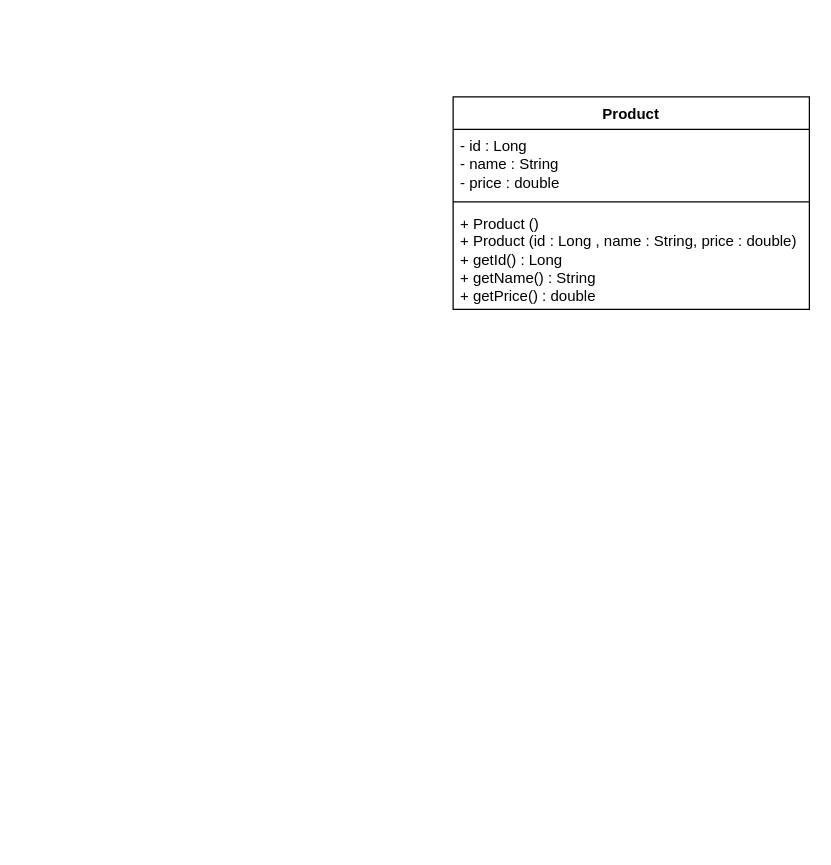
dasunmihiranga/product-api keeps this draw.io diagram as docs/uml/Product/product.drawio. Above is the earlier version. Source tidied: cells renumbered, new cells numbered last; positions are measured from the earlier drawing's top-left corner, leaving out a move shared by most shapes. Both pictures are drawn from the tidied source at 125%, with x=0, y=0 at pixel (452, 96).
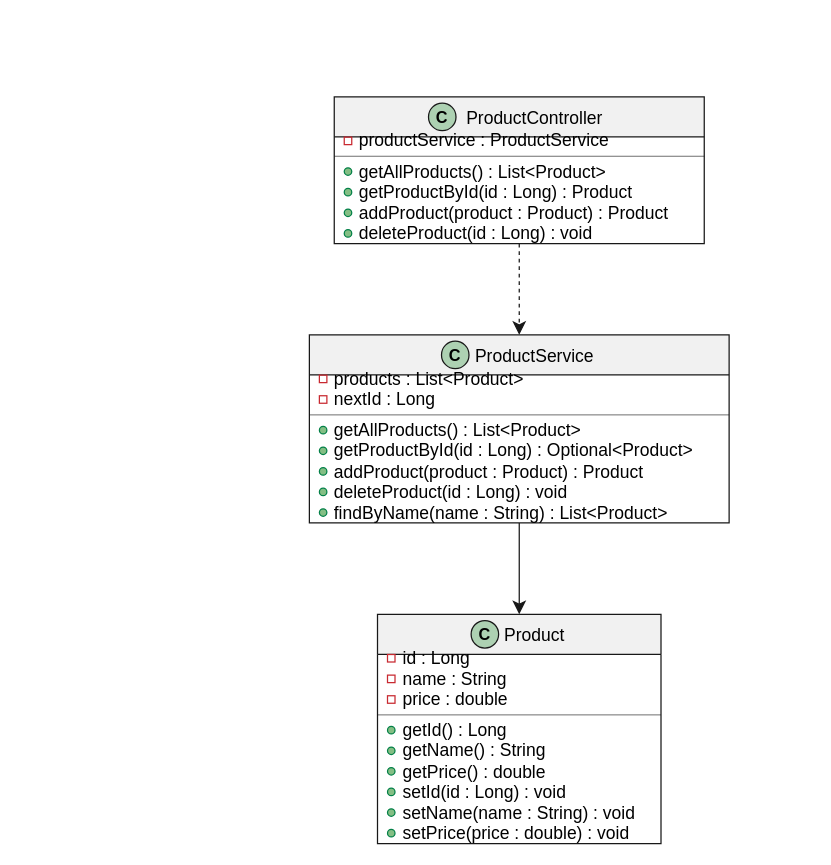
After the change.

Commit message (it also covers changes not shown here):
Tutorial 3: ProductService with List - four CRUD endpoints working

Diff of the diagram source:
```diff
@@
+    <mxCell id="6" style="group;transparentBounds=1;editIcon=1;lockedGroup=0;groupPadding=10;" parent="1" vertex="1">
+      <mxGeometry x="-345" y="-60" as="geometry" />
+    </mxCell>
-    <mxCell id="2" value="Product" style="swimlane;fontStyle=1;align=center;verticalAlign=top;horizontal=1;startSize=26;whiteSpace=wrap;html=1;" parent="1" vertex="1">
-      <mxGeometry width="285" height="170" as="geometry" />
+    <mxCell id="2" value="Product" style="swimlane;fontStyle=0;align=center;fontSize=14;fontColor=#000000;startSize=32;spacingLeft=25;fillColor=#F1F1F1;strokeColor=#181818;horizontal=1;" parent="6" vertex="1">
+      <mxGeometry x="284.5" y="473.9" width="226.8" height="183.4" as="geometry" />
     </mxCell>
-    <mxCell id="3" value="- id : Long&lt;div&gt;- name : String&lt;/div&gt;&lt;div&gt;- price : double&amp;nbsp;&lt;/div&gt;" style="text;strokeColor=none;fillColor=none;align=left;verticalAlign=top;spacingLeft=4;spacingRight=4;overflow=hidden;whiteSpace=wrap;html=1;" parent="2" vertex="1">
-      <mxGeometry y="26" width="285" height="54" as="geometry" />
-    </mxCell>
-    <mxCell id="4" style="line;strokeWidth=1;fillColor=none;align=left;verticalAlign=middle;spacingTop=-1;spacingLeft=3;spacingRight=3;labelPosition=right;strokeColor=inherit;" parent="2" vertex="1">
-      <mxGeometry y="80" width="285" height="8" as="geometry" />
-    </mxCell>
-    <mxCell id="5" value="+ Product ()&amp;nbsp;&lt;div&gt;+ Product (id : Long , name : String, price : double)&lt;/div&gt;&lt;div&gt;+ getId() : Long&lt;/div&gt;&lt;div&gt;+ getName() : String&lt;/div&gt;&lt;div&gt;+ getPrice() : double&lt;/div&gt;" style="text;strokeColor=none;fillColor=none;align=left;verticalAlign=top;spacingLeft=4;spacingRight=4;overflow=hidden;whiteSpace=wrap;html=1;" parent="2" vertex="1">
-      <mxGeometry y="88" width="285" height="82" as="geometry" />
-    </mxCell>
+    <mxCell id="7" value="C" style="ellipse;fillColor=#ADD1B2;strokeColor=#181818;fontSize=13;fontStyle=1;fontColor=#000000;" parent="2" vertex="1">
+      <mxGeometry x="74.9" y="5" width="22" height="22" as="geometry" />
+    </mxCell>
+    <mxCell id="8" value="id : Long" style="text;html=1;align=left;verticalAlign=middle;spacingLeft=18;spacingRight=4;fillColor=none;strokeColor=none;fontSize=14;fontColor=#000000;fontStyle=0;whiteSpace=wrap;" parent="2" vertex="1">
+      <mxGeometry y="27" width="226.8" height="16.5" as="geometry" />
+    </mxCell>
+    <mxCell id="9" style="rounded=0;fillColor=none;strokeColor=#C82930;strokeWidth=1;" parent="8" vertex="1">
+      <mxGeometry x="8" y="5.2" width="6" height="6" as="geometry" />
+    </mxCell>
+    <mxCell id="10" value="name : String" style="text;html=1;align=left;verticalAlign=middle;spacingLeft=18;spacingRight=4;fillColor=none;strokeColor=none;fontSize=14;fontColor=#000000;fontStyle=0;whiteSpace=wrap;" parent="2" vertex="1">
+      <mxGeometry y="43.5" width="226.8" height="16.5" as="geometry" />
+    </mxCell>
+    <mxCell id="11" style="rounded=0;fillColor=none;strokeColor=#C82930;strokeWidth=1;" parent="10" vertex="1">
+      <mxGeometry x="8" y="5.2" width="6" height="6" as="geometry" />
+    </mxCell>
+    <mxCell id="12" value="price : double" style="text;html=1;align=left;verticalAlign=middle;spacingLeft=18;spacingRight=4;fillColor=none;strokeColor=none;fontSize=14;fontColor=#000000;fontStyle=0;whiteSpace=wrap;" parent="2" vertex="1">
+      <mxGeometry y="60" width="226.8" height="16.5" as="geometry" />
+    </mxCell>
+    <mxCell id="13" style="rounded=0;fillColor=none;strokeColor=#C82930;strokeWidth=1;" parent="12" vertex="1">
+      <mxGeometry x="8" y="5.2" width="6" height="6" as="geometry" />
+    </mxCell>
+    <mxCell id="14" style="line;strokeWidth=0.5;strokeColor=#181818;fillColor=none;align=left;verticalAlign=middle;labelPosition=right;" parent="2" vertex="1">
+      <mxGeometry y="76.5" width="226.8" height="8" as="geometry" />
+    </mxCell>
+    <mxCell id="15" value="getId() : Long" style="text;html=1;align=left;verticalAlign=middle;spacingLeft=18;spacingRight=4;fillColor=none;strokeColor=none;fontSize=14;fontColor=#000000;fontStyle=0;whiteSpace=wrap;" parent="2" vertex="1">
+      <mxGeometry y="84.5" width="226.8" height="16.5" as="geometry" />
+    </mxCell>
+    <mxCell id="16" style="ellipse;fillColor=#84BE84;strokeColor=#038048;strokeWidth=1;" parent="15" vertex="1">
+      <mxGeometry x="8" y="5.2" width="6" height="6" as="geometry" />
+    </mxCell>
+    <mxCell id="17" value="getName() : String" style="text;html=1;align=left;verticalAlign=middle;spacingLeft=18;spacingRight=4;fillColor=none;strokeColor=none;fontSize=14;fontColor=#000000;fontStyle=0;whiteSpace=wrap;" parent="2" vertex="1">
+      <mxGeometry y="101" width="226.8" height="16.5" as="geometry" />
+    </mxCell>
+    <mxCell id="18" style="ellipse;fillColor=#84BE84;strokeColor=#038048;strokeWidth=1;" parent="17" vertex="1">
+      <mxGeometry x="8" y="5.2" width="6" height="6" as="geometry" />
+    </mxCell>
+    <mxCell id="19" value="getPrice() : double" style="text;html=1;align=left;verticalAlign=middle;spacingLeft=18;spacingRight=4;fillColor=none;strokeColor=none;fontSize=14;fontColor=#000000;fontStyle=0;whiteSpace=wrap;" parent="2" vertex="1">
+      <mxGeometry y="117.4" width="226.8" height="16.5" as="geometry" />
+    </mxCell>
+    <mxCell id="20" style="ellipse;fillColor=#84BE84;strokeColor=#038048;strokeWidth=1;" parent="19" vertex="1">
+      <mxGeometry x="8" y="5.2" width="6" height="6" as="geometry" />
+    </mxCell>
+    <mxCell id="21" value="setId(id : Long) : void" style="text;html=1;align=left;verticalAlign=middle;spacingLeft=18;spacingRight=4;fillColor=none;strokeColor=none;fontSize=14;fontColor=#000000;fontStyle=0;whiteSpace=wrap;" parent="2" vertex="1">
+      <mxGeometry y="133.9" width="226.8" height="16.5" as="geometry" />
+    </mxCell>
+    <mxCell id="22" style="ellipse;fillColor=#84BE84;strokeColor=#038048;strokeWidth=1;" parent="21" vertex="1">
+      <mxGeometry x="8" y="5.2" width="6" height="6" as="geometry" />
+    </mxCell>
+    <mxCell id="23" value="setName(name : String) : void" style="text;html=1;align=left;verticalAlign=middle;spacingLeft=18;spacingRight=4;fillColor=none;strokeColor=none;fontSize=14;fontColor=#000000;fontStyle=0;whiteSpace=wrap;" parent="2" vertex="1">
+      <mxGeometry y="150.4" width="226.8" height="16.5" as="geometry" />
+    </mxCell>
+    <mxCell id="24" style="ellipse;fillColor=#84BE84;strokeColor=#038048;strokeWidth=1;" parent="23" vertex="1">
+      <mxGeometry x="8" y="5.2" width="6" height="6" as="geometry" />
+    </mxCell>
+    <mxCell id="25" value="setPrice(price : double) : void" style="text;html=1;align=left;verticalAlign=middle;spacingLeft=18;spacingRight=4;fillColor=none;strokeColor=none;fontSize=14;fontColor=#000000;fontStyle=0;whiteSpace=wrap;" parent="2" vertex="1">
+      <mxGeometry y="166.9" width="226.8" height="16.5" as="geometry" />
+    </mxCell>
+    <mxCell id="26" style="ellipse;fillColor=#84BE84;strokeColor=#038048;strokeWidth=1;" parent="25" vertex="1">
+      <mxGeometry x="8" y="5.2" width="6" height="6" as="geometry" />
+    </mxCell>
+    <mxCell id="27" value="ProductService" style="swimlane;fontStyle=0;align=center;fontSize=14;fontColor=#000000;startSize=32;spacingLeft=25;fillColor=#F1F1F1;strokeColor=#181818;horizontal=1;" parent="6" vertex="1">
+      <mxGeometry x="230" y="250.4" width="335.8" height="150.4" as="geometry" />
+    </mxCell>
+    <mxCell id="28" value="C" style="ellipse;fillColor=#ADD1B2;strokeColor=#181818;fontSize=13;fontStyle=1;fontColor=#000000;" parent="27" vertex="1">
+      <mxGeometry x="105.7" y="5" width="22" height="22" as="geometry" />
+    </mxCell>
+    <mxCell id="29" value="products : List&amp;lt;Product&amp;gt;" style="text;html=1;align=left;verticalAlign=middle;spacingLeft=18;spacingRight=4;fillColor=none;strokeColor=none;fontSize=14;fontColor=#000000;fontStyle=0;whiteSpace=wrap;" parent="27" vertex="1">
+      <mxGeometry y="27" width="335.8" height="16.5" as="geometry" />
+    </mxCell>
+    <mxCell id="30" style="rounded=0;fillColor=none;strokeColor=#C82930;strokeWidth=1;" parent="29" vertex="1">
+      <mxGeometry x="8" y="5.2" width="6" height="6" as="geometry" />
+    </mxCell>
+    <mxCell id="31" value="nextId : Long" style="text;html=1;align=left;verticalAlign=middle;spacingLeft=18;spacingRight=4;fillColor=none;strokeColor=none;fontSize=14;fontColor=#000000;fontStyle=0;whiteSpace=wrap;" parent="27" vertex="1">
+      <mxGeometry y="43.5" width="335.8" height="16.5" as="geometry" />
+    </mxCell>
+    <mxCell id="32" style="rounded=0;fillColor=none;strokeColor=#C82930;strokeWidth=1;" parent="31" vertex="1">
+      <mxGeometry x="8" y="5.2" width="6" height="6" as="geometry" />
+    </mxCell>
+    <mxCell id="33" style="line;strokeWidth=0.5;strokeColor=#181818;fillColor=none;align=left;verticalAlign=middle;labelPosition=right;" parent="27" vertex="1">
+      <mxGeometry y="60" width="335.8" height="8" as="geometry" />
+    </mxCell>
+    <mxCell id="34" value="getAllProducts() : List&amp;lt;Product&amp;gt;" style="text;html=1;align=left;verticalAlign=middle;spacingLeft=18;spacingRight=4;fillColor=none;strokeColor=none;fontSize=14;fontColor=#000000;fontStyle=0;whiteSpace=wrap;" parent="27" vertex="1">
+      <mxGeometry y="68" width="335.8" height="16.5" as="geometry" />
+    </mxCell>
+    <mxCell id="35" style="ellipse;fillColor=#84BE84;strokeColor=#038048;strokeWidth=1;" parent="34" vertex="1">
+      <mxGeometry x="8" y="5.2" width="6" height="6" as="geometry" />
+    </mxCell>
+    <mxCell id="36" value="getProductById(id : Long) : Optional&amp;lt;Product&amp;gt;" style="text;html=1;align=left;verticalAlign=middle;spacingLeft=18;spacingRight=4;fillColor=none;strokeColor=none;fontSize=14;fontColor=#000000;fontStyle=0;whiteSpace=wrap;" parent="27" vertex="1">
+      <mxGeometry y="84.5" width="335.8" height="16.5" as="geometry" />
+    </mxCell>
+    <mxCell id="37" style="ellipse;fillColor=#84BE84;strokeColor=#038048;strokeWidth=1;" parent="36" vertex="1">
+      <mxGeometry x="8" y="5.2" width="6" height="6" as="geometry" />
+    </mxCell>
+    <mxCell id="38" value="addProduct(product : Product) : Product" style="text;html=1;align=left;verticalAlign=middle;spacingLeft=18;spacingRight=4;fillColor=none;strokeColor=none;fontSize=14;fontColor=#000000;fontStyle=0;whiteSpace=wrap;" parent="27" vertex="1">
+      <mxGeometry y="101" width="335.8" height="16.5" as="geometry" />
+    </mxCell>
+    <mxCell id="39" style="ellipse;fillColor=#84BE84;strokeColor=#038048;strokeWidth=1;" parent="38" vertex="1">
+      <mxGeometry x="8" y="5.2" width="6" height="6" as="geometry" />
+    </mxCell>
+    <mxCell id="40" value="deleteProduct(id : Long) : void" style="text;html=1;align=left;verticalAlign=middle;spacingLeft=18;spacingRight=4;fillColor=none;strokeColor=none;fontSize=14;fontColor=#000000;fontStyle=0;whiteSpace=wrap;" parent="27" vertex="1">
+      <mxGeometry y="117.4" width="335.8" height="16.5" as="geometry" />
+    </mxCell>
+    <mxCell id="41" style="ellipse;fillColor=#84BE84;strokeColor=#038048;strokeWidth=1;" parent="40" vertex="1">
+      <mxGeometry x="8" y="5.2" width="6" height="6" as="geometry" />
+    </mxCell>
+    <mxCell id="42" value="findByName(name : String) : List&amp;lt;Product&amp;gt;" style="text;html=1;align=left;verticalAlign=middle;spacingLeft=18;spacingRight=4;fillColor=none;strokeColor=none;fontSize=14;fontColor=#000000;fontStyle=0;whiteSpace=wrap;" parent="27" vertex="1">
+      <mxGeometry y="133.9" width="335.8" height="16.5" as="geometry" />
+    </mxCell>
+    <mxCell id="43" style="ellipse;fillColor=#84BE84;strokeColor=#038048;strokeWidth=1;" parent="42" vertex="1">
+      <mxGeometry x="8" y="5.2" width="6" height="6" as="geometry" />
+    </mxCell>
+    <mxCell id="44" value="ProductController" style="swimlane;fontStyle=0;align=center;fontSize=14;fontColor=#000000;startSize=32;spacingLeft=25;fillColor=#F1F1F1;strokeColor=#181818;horizontal=1;" parent="6" vertex="1">
+      <mxGeometry x="249.9" y="60" width="296" height="117.4" as="geometry" />
+    </mxCell>
+    <mxCell id="45" value="C" style="ellipse;fillColor=#ADD1B2;strokeColor=#181818;fontSize=13;fontStyle=1;fontColor=#000000;" parent="44" vertex="1">
+      <mxGeometry x="75.4" y="5" width="22" height="22" as="geometry" />
+    </mxCell>
+    <mxCell id="46" value="productService : ProductService" style="text;html=1;align=left;verticalAlign=middle;spacingLeft=18;spacingRight=4;fillColor=none;strokeColor=none;fontSize=14;fontColor=#000000;fontStyle=0;whiteSpace=wrap;" parent="44" vertex="1">
+      <mxGeometry y="27" width="296" height="16.5" as="geometry" />
+    </mxCell>
+    <mxCell id="47" style="rounded=0;fillColor=none;strokeColor=#C82930;strokeWidth=1;" parent="46" vertex="1">
+      <mxGeometry x="8" y="5.2" width="6" height="6" as="geometry" />
+    </mxCell>
+    <mxCell id="48" style="line;strokeWidth=0.5;strokeColor=#181818;fillColor=none;align=left;verticalAlign=middle;labelPosition=right;" parent="44" vertex="1">
+      <mxGeometry y="43.5" width="296" height="8" as="geometry" />
+    </mxCell>
+    <mxCell id="49" value="getAllProducts() : List&amp;lt;Product&amp;gt;" style="text;html=1;align=left;verticalAlign=middle;spacingLeft=18;spacingRight=4;fillColor=none;strokeColor=none;fontSize=14;fontColor=#000000;fontStyle=0;whiteSpace=wrap;" parent="44" vertex="1">
+      <mxGeometry y="51.5" width="296" height="16.5" as="geometry" />
+    </mxCell>
+    <mxCell id="50" style="ellipse;fillColor=#84BE84;strokeColor=#038048;strokeWidth=1;" parent="49" vertex="1">
+      <mxGeometry x="8" y="5.2" width="6" height="6" as="geometry" />
+    </mxCell>
+    <mxCell id="51" value="getProductById(id : Long) : Product" style="text;html=1;align=left;verticalAlign=middle;spacingLeft=18;spacingRight=4;fillColor=none;strokeColor=none;fontSize=14;fontColor=#000000;fontStyle=0;whiteSpace=wrap;" parent="44" vertex="1">
+      <mxGeometry y="68" width="296" height="16.5" as="geometry" />
+    </mxCell>
+    <mxCell id="52" style="ellipse;fillColor=#84BE84;strokeColor=#038048;strokeWidth=1;" parent="51" vertex="1">
+      <mxGeometry x="8" y="5.2" width="6" height="6" as="geometry" />
+    </mxCell>
+    <mxCell id="53" value="addProduct(product : Product) : Product" style="text;html=1;align=left;verticalAlign=middle;spacingLeft=18;spacingRight=4;fillColor=none;strokeColor=none;fontSize=14;fontColor=#000000;fontStyle=0;whiteSpace=wrap;" parent="44" vertex="1">
+      <mxGeometry y="84.5" width="296" height="16.5" as="geometry" />
+    </mxCell>
+    <mxCell id="54" style="ellipse;fillColor=#84BE84;strokeColor=#038048;strokeWidth=1;" parent="53" vertex="1">
+      <mxGeometry x="8" y="5.2" width="6" height="6" as="geometry" />
+    </mxCell>
+    <mxCell id="55" value="deleteProduct(id : Long) : void" style="text;html=1;align=left;verticalAlign=middle;spacingLeft=18;spacingRight=4;fillColor=none;strokeColor=none;fontSize=14;fontColor=#000000;fontStyle=0;whiteSpace=wrap;" parent="44" vertex="1">
+      <mxGeometry y="101" width="296" height="16.5" as="geometry" />
+    </mxCell>
+    <mxCell id="56" style="ellipse;fillColor=#84BE84;strokeColor=#038048;strokeWidth=1;" parent="55" vertex="1">
+      <mxGeometry x="8" y="5.2" width="6" height="6" as="geometry" />
+    </mxCell>
+    <mxCell id="57" style="dashed=1;endArrow=classic;endFill=1;endSize=8;html=1;strokeColor=#181818;fontColor=#000000;fontSize=13;curved=0;rounded=0;sourcePerimeterSpacing=0;targetPerimeterSpacing=0;" parent="6" edge="1" source="44" target="27">
+      <mxGeometry relative="1" as="geometry" />
+    </mxCell>
+    <mxCell id="58" style="endArrow=classic;endFill=1;endSize=8;html=1;strokeColor=#181818;fontColor=#000000;fontSize=13;curved=0;rounded=0;sourcePerimeterSpacing=0;targetPerimeterSpacing=0;" parent="6" edge="1" source="27" target="2">
+      <mxGeometry relative="1" as="geometry" />
+    </mxCell>
```
